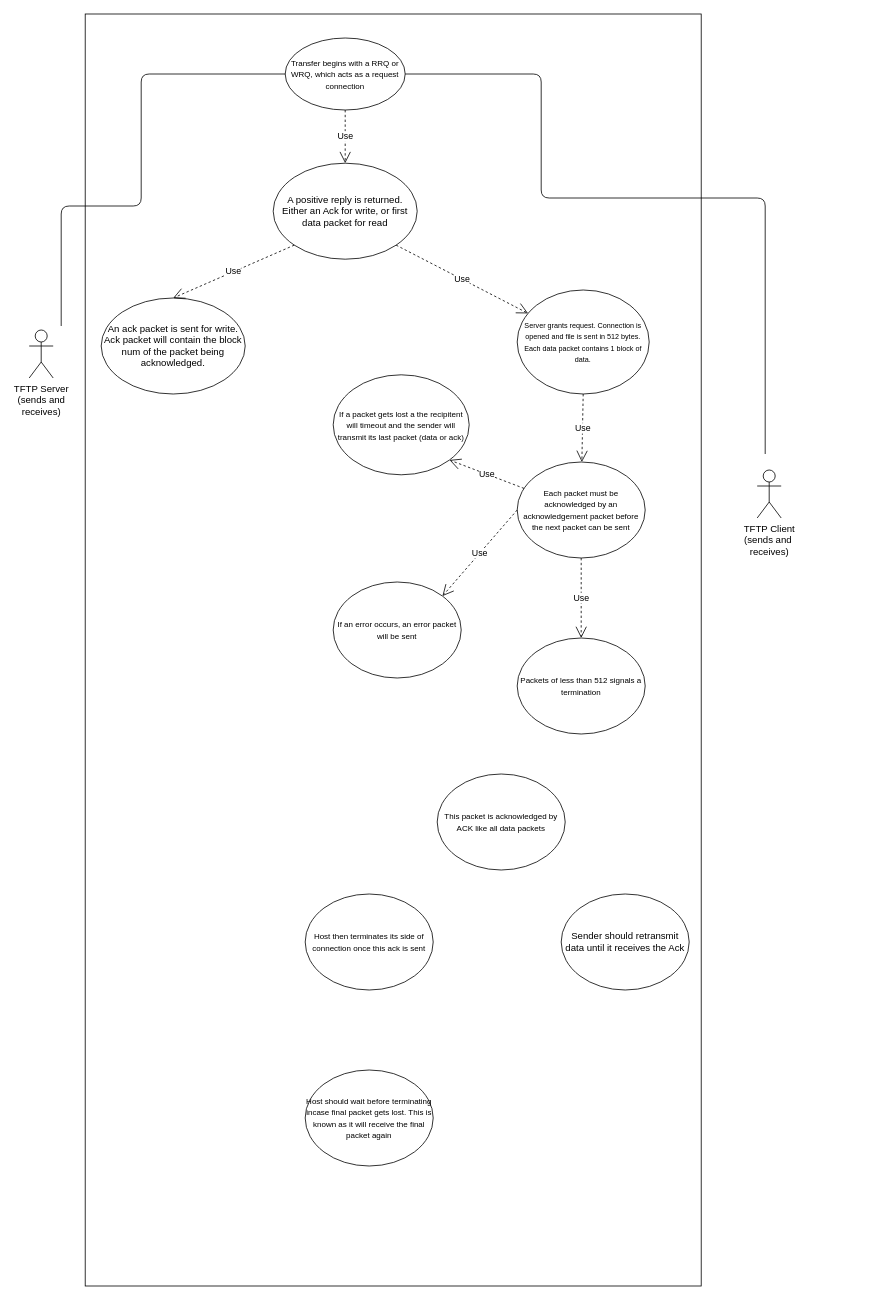
samuelwithey/TFTP keeps this draw.io diagram as TFTP UML Use Case.drawio. Above is the earlier version. Source tidied: cells renumbered, new cells numbered last; positions are measured from the earlier drawing's top-left corner, leaving out a move shared by most shapes. Both pictures are drawn from the tidied source at 80%, with x=0, y=0 at pixel (29, 14).
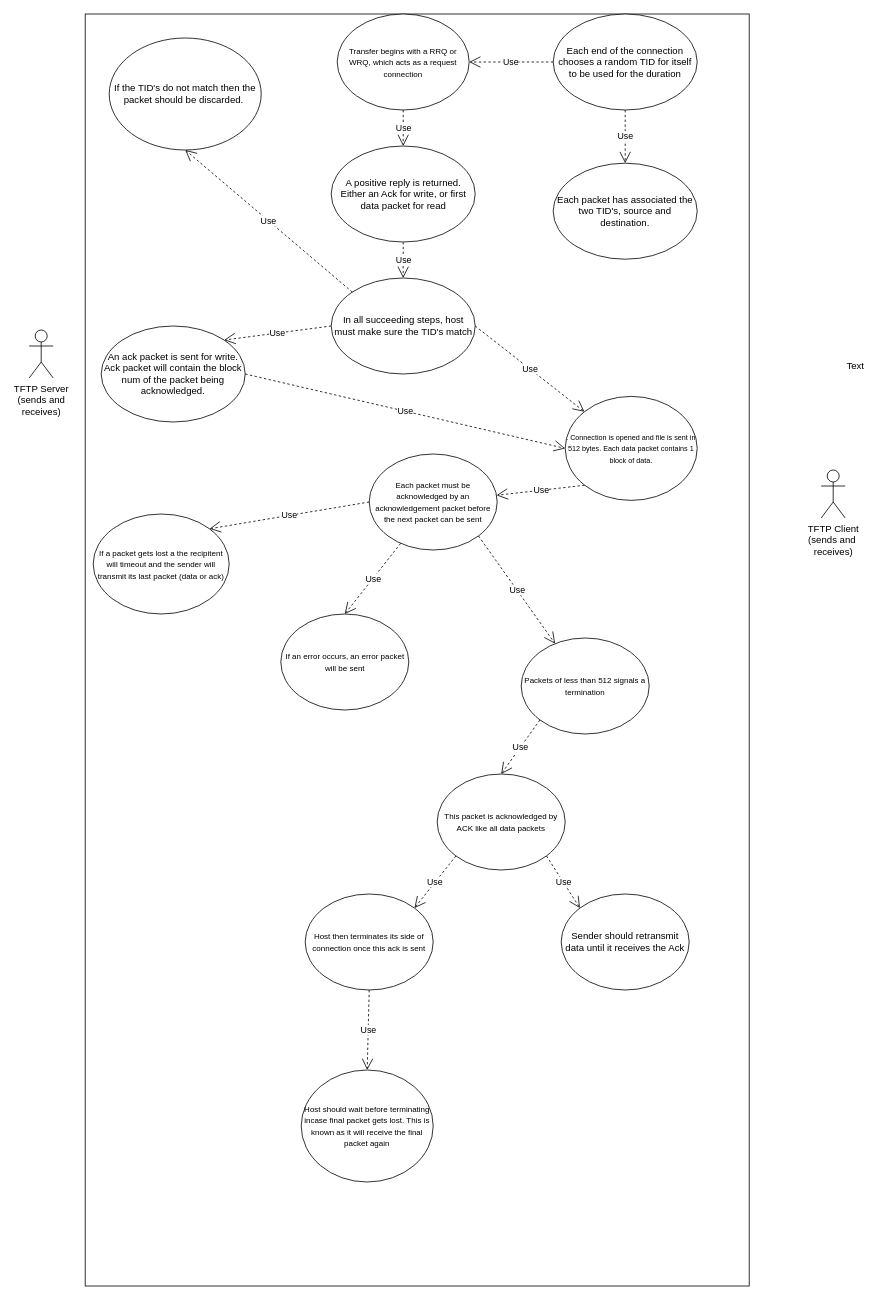
The same page after the edit.

Unchanged cells that the change refers to:
```xml
<mxCell id="22" value="&lt;span style=&quot;font-size: 10px&quot;&gt;This packet is acknowledged by ACK like all data packets&lt;/span&gt;" style="ellipse;whiteSpace=wrap;html=1;" parent="1" vertex="1">
  <mxGeometry x="510" y="950" width="160" height="120" as="geometry" />
</mxCell>
<mxCell id="23" value="&lt;span style=&quot;font-size: 10px&quot;&gt;Host then terminates its side of connection once this ack is sent&lt;/span&gt;" style="ellipse;whiteSpace=wrap;html=1;" parent="1" vertex="1">
  <mxGeometry x="345" y="1100" width="160" height="120" as="geometry" />
</mxCell>
<mxCell id="25" value="Sender should retransmit data until it receives the Ack" style="ellipse;whiteSpace=wrap;html=1;" parent="1" vertex="1">
  <mxGeometry x="665" y="1100" width="160" height="120" as="geometry" />
</mxCell>
```

The edit, as a diff of the source:
```diff
@@
     <mxCell id="2" style="rounded=0;whiteSpace=wrap;html=1;" parent="1" vertex="1">
-      <mxGeometry x="70" width="770" height="1590" as="geometry" />
+      <mxGeometry x="70" width="830" height="1590" as="geometry" />
     </mxCell>
@@
     <mxCell id="4" value="TFTP Client&lt;br&gt;(sends and&amp;nbsp;&lt;br&gt;receives)&lt;br&gt;" style="shape=umlActor;verticalLabelPosition=bottom;labelBackgroundColor=#ffffff;verticalAlign=top;html=1;" parent="1" vertex="1">
-      <mxGeometry x="910" y="570" width="30" height="60" as="geometry" />
+      <mxGeometry x="990" y="570" width="30" height="60" as="geometry" />
     </mxCell>
     <mxCell id="5" value="&lt;font style=&quot;font-size: 10px&quot;&gt;Transfer begins with a RRQ or WRQ, which acts as a request connection&lt;/font&gt;" style="ellipse;whiteSpace=wrap;html=1;" parent="1" vertex="1">
-      <mxGeometry x="320" y="30" width="150" height="90" as="geometry" />
+      <mxGeometry x="385" width="165" height="120" as="geometry" />
     </mxCell>
-    <mxCell id="6" value="&lt;font style=&quot;font-size: 9px&quot;&gt;Server grants request. Connection is opened and file is sent in 512 bytes. Each data packet contains 1 block of data.&lt;/font&gt;" style="ellipse;whiteSpace=wrap;html=1;" parent="1" vertex="1">
-      <mxGeometry x="610" y="345" width="165" height="130" as="geometry" />
+    <mxCell id="6" value="&lt;font style=&quot;font-size: 9px&quot;&gt;. Connection is opened and file is sent in 512 bytes. Each data packet contains 1 block of data.&lt;/font&gt;" style="ellipse;whiteSpace=wrap;html=1;" parent="1" vertex="1">
+      <mxGeometry x="670" y="478" width="165" height="130" as="geometry" />
     </mxCell>
     <mxCell id="7" value="&lt;span style=&quot;font-size: 10px&quot;&gt;Each packet must be acknowledged by an acknowledgement&amp;nbsp;packet before the next packet can be sent&lt;/span&gt;" style="ellipse;whiteSpace=wrap;html=1;" parent="1" vertex="1">
-      <mxGeometry x="610" y="560" width="160" height="120" as="geometry" />
+      <mxGeometry x="425" y="550" width="160" height="120" as="geometry" />
     </mxCell>
     <mxCell id="8" value="&lt;span style=&quot;font-size: 10px&quot;&gt;Packets of less than 512 signals a termination&lt;/span&gt;" style="ellipse;whiteSpace=wrap;html=1;" parent="1" vertex="1">
-      <mxGeometry x="610" y="780" width="160" height="120" as="geometry" />
+      <mxGeometry x="615" y="780" width="160" height="120" as="geometry" />
     </mxCell>
     <mxCell id="9" value="&lt;span style=&quot;font-size: 10px&quot;&gt;If a packet gets lost a the recipitent will timeout and the sender will transmit its last packet (data or ack)&lt;/span&gt;" style="ellipse;whiteSpace=wrap;html=1;" parent="1" vertex="1">
-      <mxGeometry x="380" y="451" width="170" height="125" as="geometry" />
+      <mxGeometry x="80" y="625" width="170" height="125" as="geometry" />
     </mxCell>
     <mxCell id="10" value="&lt;span style=&quot;font-size: 10px&quot;&gt;If an error occurs, an error packet will be sent&lt;/span&gt;" style="ellipse;whiteSpace=wrap;html=1;" parent="1" vertex="1">
-      <mxGeometry x="380" y="710" width="160" height="120" as="geometry" />
+      <mxGeometry x="314.5" y="750" width="160" height="120" as="geometry" />
     </mxCell>
-    <mxCell id="11" style="endArrow=none;html=1;entryX=0;entryY=0.5;entryDx=0;entryDy=0;" parent="1" edge="1" target="5">
-      <mxGeometry relative="1" as="geometry">
-        <mxPoint x="40" y="390" as="sourcePoint" />
-        <Array as="points">
-          <mxPoint x="40" y="240" />
-          <mxPoint x="140" y="240" />
-          <mxPoint x="140" y="75" />
-        </Array>
-      </mxGeometry>
-    </mxCell>
-    <mxCell id="12" style="endArrow=none;html=1;entryX=1;entryY=0.5;entryDx=0;entryDy=0;" parent="1" edge="1" target="5">
-      <mxGeometry relative="1" as="geometry">
-        <mxPoint x="920" y="550" as="sourcePoint" />
-        <Array as="points">
-          <mxPoint x="920" y="230" />
-          <mxPoint x="640" y="230" />
-          <mxPoint x="640" y="75" />
-        </Array>
-      </mxGeometry>
-    </mxCell>
     <mxCell id="13" value="A positive reply is returned. Either an Ack for write, or first data packet for read" style="ellipse;whiteSpace=wrap;html=1;" parent="1" vertex="1">
-      <mxGeometry x="305" y="186.5" width="180" height="120" as="geometry" />
+      <mxGeometry x="377.5" y="165" width="180" height="120" as="geometry" />
     </mxCell>
     <mxCell id="14" value="An ack packet is sent for write. Ack packet will contain the block num of the packet being acknowledged." style="ellipse;whiteSpace=wrap;html=1;" parent="1" vertex="1">
-      <mxGeometry x="90" y="355" width="180" height="120" as="geometry" />
+      <mxGeometry x="90" y="390" width="180" height="120" as="geometry" />
     </mxCell>
@@
-    <mxCell id="16" value="Use" style="endArrow=open;endSize=12;dashed=1;html=1;exitX=0;exitY=1;exitDx=0;exitDy=0;entryX=0.5;entryY=0;entryDx=0;entryDy=0;" parent="1" edge="1" source="13" target="14">
+    <mxCell id="16" value="Use" style="endArrow=open;endSize=12;dashed=1;html=1;exitX=0;exitY=0.5;exitDx=0;exitDy=0;entryX=1;entryY=0;entryDx=0;entryDy=0;" parent="1" edge="1" source="36" target="14">
       <mxGeometry relative="1" as="geometry" />
     </mxCell>
-    <mxCell id="17" value="Use" style="endArrow=open;endSize=12;dashed=1;html=1;exitX=1;exitY=1;exitDx=0;exitDy=0;" parent="1" edge="1" source="13" target="6">
+    <mxCell id="17" value="Use" style="endArrow=open;endSize=12;dashed=1;html=1;exitX=1;exitY=0.5;exitDx=0;exitDy=0;" parent="1" edge="1" source="36" target="6">
       <mxGeometry relative="1" as="geometry" />
     </mxCell>
-    <mxCell id="18" value="Use" style="endArrow=open;endSize=12;dashed=1;html=1;exitX=0.5;exitY=1;exitDx=0;exitDy=0;" parent="1" edge="1" source="6" target="7">
+    <mxCell id="18" value="Use" style="endArrow=open;endSize=12;dashed=1;html=1;exitX=0;exitY=1;exitDx=0;exitDy=0;" parent="1" edge="1" source="6" target="7">
       <mxGeometry relative="1" as="geometry" />
     </mxCell>
-    <mxCell id="19" value="Use" style="endArrow=open;endSize=12;dashed=1;html=1;exitX=0.5;exitY=1;exitDx=0;exitDy=0;" parent="1" edge="1" source="7" target="8">
+    <mxCell id="19" value="Use" style="endArrow=open;endSize=12;dashed=1;html=1;exitX=1;exitY=1;exitDx=0;exitDy=0;" parent="1" edge="1" source="7" target="8">
       <mxGeometry relative="1" as="geometry" />
     </mxCell>
-    <mxCell id="20" value="Use" style="endArrow=open;endSize=12;dashed=1;html=1;exitX=0;exitY=0.5;exitDx=0;exitDy=0;entryX=1;entryY=0;entryDx=0;entryDy=0;" parent="1" edge="1" source="7" target="10">
+    <mxCell id="20" value="Use" style="endArrow=open;endSize=12;dashed=1;html=1;entryX=0.5;entryY=0;entryDx=0;entryDy=0;" parent="1" edge="1" source="7" target="10">
       <mxGeometry relative="1" as="geometry" />
     </mxCell>
-    <mxCell id="21" value="Use" style="endArrow=open;endSize=12;dashed=1;html=1;entryX=1;entryY=1;entryDx=0;entryDy=0;" parent="1" edge="1" source="7" target="9">
+    <mxCell id="21" value="Use" style="endArrow=open;endSize=12;dashed=1;html=1;entryX=1;entryY=0;entryDx=0;entryDy=0;exitX=0;exitY=0.5;exitDx=0;exitDy=0;" parent="1" edge="1" source="7" target="9">
       <mxGeometry relative="1" as="geometry" />
     </mxCell>
@@
     <mxCell id="24" value="&lt;span style=&quot;font-size: 10px&quot;&gt;Host should wait before terminating incase final packet gets lost. This is known as it will receive the final packet again&lt;/span&gt;" style="ellipse;whiteSpace=wrap;html=1;" parent="1" vertex="1">
-      <mxGeometry x="345" y="1320" width="160" height="120" as="geometry" />
+      <mxGeometry x="340" y="1320" width="165" height="140" as="geometry" />
     </mxCell>
@@
+    <mxCell id="26" value="Use" style="endArrow=open;endSize=12;dashed=1;html=1;exitX=0;exitY=1;exitDx=0;exitDy=0;entryX=0.5;entryY=0;entryDx=0;entryDy=0;" parent="1" edge="1" source="8" target="22">
+      <mxGeometry relative="1" as="geometry" />
+    </mxCell>
+    <mxCell id="27" value="Use" style="endArrow=open;endSize=12;dashed=1;html=1;exitX=1;exitY=1;exitDx=0;exitDy=0;entryX=0;entryY=0;entryDx=0;entryDy=0;" parent="1" edge="1" source="22" target="25">
+      <mxGeometry relative="1" as="geometry" />
+    </mxCell>
+    <mxCell id="28" value="Use" style="endArrow=open;endSize=12;dashed=1;html=1;exitX=0;exitY=1;exitDx=0;exitDy=0;entryX=1;entryY=0;entryDx=0;entryDy=0;" parent="1" edge="1" source="22" target="23">
+      <mxGeometry relative="1" as="geometry" />
+    </mxCell>
+    <mxCell id="29" value="Use" style="endArrow=open;endSize=12;dashed=1;html=1;exitX=0.5;exitY=1;exitDx=0;exitDy=0;entryX=0.5;entryY=0;entryDx=0;entryDy=0;" parent="1" edge="1" source="23" target="24">
+      <mxGeometry relative="1" as="geometry" />
+    </mxCell>
+    <mxCell id="30" value="Use" style="endArrow=open;endSize=12;dashed=1;html=1;entryX=0;entryY=0.5;entryDx=0;entryDy=0;exitX=1;exitY=0.5;exitDx=0;exitDy=0;" parent="1" edge="1" source="14" target="6">
+      <mxGeometry relative="1" as="geometry" />
+    </mxCell>
+    <mxCell id="31" value="Text" style="text;html=1;align=left;verticalAlign=top;spacingTop=-4;" parent="1" vertex="1">
+      <mxGeometry x="1020" y="430" width="40" height="20" as="geometry" />
+    </mxCell>
+    <mxCell id="32" value="Each end of the connection chooses a random TID for itself to be used for the duration" style="ellipse;whiteSpace=wrap;html=1;" parent="1" vertex="1">
+      <mxGeometry x="655" width="180" height="120" as="geometry" />
+    </mxCell>
+    <mxCell id="33" value="Each packet has associated the two TID's, source and destination." style="ellipse;whiteSpace=wrap;html=1;" parent="1" vertex="1">
+      <mxGeometry x="655" y="186.5" width="180" height="120" as="geometry" />
+    </mxCell>
+    <mxCell id="34" value="Use" style="endArrow=open;endSize=12;dashed=1;html=1;exitX=0;exitY=0.5;exitDx=0;exitDy=0;entryX=1;entryY=0.5;entryDx=0;entryDy=0;" parent="1" edge="1" source="32" target="5">
+      <mxGeometry relative="1" as="geometry" />
+    </mxCell>
+    <mxCell id="35" value="Use" style="endArrow=open;endSize=12;dashed=1;html=1;exitX=0.5;exitY=1;exitDx=0;exitDy=0;entryX=0.5;entryY=0;entryDx=0;entryDy=0;" parent="1" edge="1" source="32" target="33">
+      <mxGeometry relative="1" as="geometry" />
+    </mxCell>
+    <mxCell id="36" value="In all succeeding steps, host must make sure the TID's match" style="ellipse;whiteSpace=wrap;html=1;" parent="1" vertex="1">
+      <mxGeometry x="377.5" y="330" width="180" height="120" as="geometry" />
+    </mxCell>
+    <mxCell id="37" value="Use" style="endArrow=open;endSize=12;dashed=1;html=1;exitX=0.5;exitY=1;exitDx=0;exitDy=0;entryX=0.5;entryY=0;entryDx=0;entryDy=0;" parent="1" edge="1" source="13" target="36">
+      <mxGeometry relative="1" as="geometry" />
+    </mxCell>
+    <mxCell id="38" value="If the TID's do not match then the packet should be discarded.&amp;nbsp;&lt;br&gt;" style="ellipse;whiteSpace=wrap;html=1;" parent="1" vertex="1">
+      <mxGeometry x="100" y="30" width="190" height="140" as="geometry" />
+    </mxCell>
+    <mxCell id="39" value="Use" style="endArrow=open;endSize=12;dashed=1;html=1;exitX=0;exitY=0;exitDx=0;exitDy=0;entryX=0.5;entryY=1;entryDx=0;entryDy=0;" parent="1" edge="1" source="36" target="38">
+      <mxGeometry relative="1" as="geometry" />
+    </mxCell>
```
